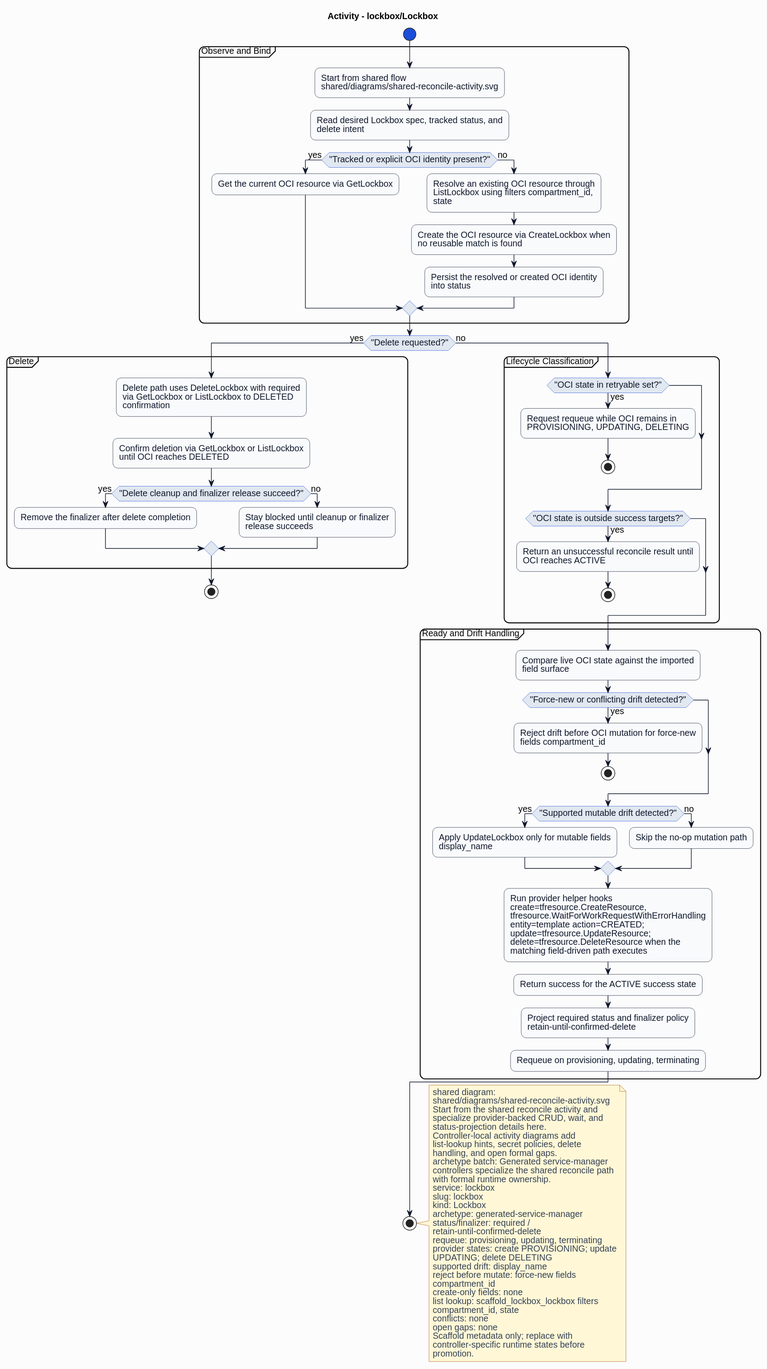
Earlier version of the PlantUML export formal/controllers/lockbox/lockbox/diagrams/activity.svg (HaoyL666/oci-service-operator). The source it was exported from:
```plantuml
@startuml
skinparam shadowing false
skinparam backgroundColor #fcfcfd
skinparam defaultFontName Helvetica
skinparam defaultFontSize 14
skinparam arrowColor #0f172a
skinparam noteBackgroundColor #fff7d6
skinparam noteBorderColor #b45309
skinparam noteFontColor #334155
skinparam roundcorner 16
title Activity - lockbox/Lockbox
skinparam activity {
  backgroundColor #f8fafc
  borderColor #0f172a
  fontColor #0f172a
  diamondBackgroundColor #e2e8f0
  diamondBorderColor #1d4ed8
  diamondFontColor #0f172a
  startColor #1d4ed8
  endColor #0f172a
  barColor #1d4ed8
}
start
partition "Observe and Bind" {
:Start from shared flow\nshared/diagrams/shared-reconcile-activity.svg;
:Read desired Lockbox spec, tracked status, and\ndelete intent;
if ("Tracked or explicit OCI identity present?") then (yes)
:Get the current OCI resource via GetLockbox;
else (no)
:Resolve an existing OCI resource through\nListLockbox using filters compartment_id,\nstate;
:Create the OCI resource via CreateLockbox when\nno reusable match is found;
:Persist the resolved or created OCI identity\ninto status;
endif
}
if ("Delete requested?") then (yes)
partition "Delete" {
:Delete path uses DeleteLockbox with required\nvia GetLockbox or ListLockbox to DELETED\nconfirmation;
:Confirm deletion via GetLockbox or ListLockbox\nuntil OCI reaches DELETED;
if ("Delete cleanup and finalizer release succeed?") then (yes)
:Remove the finalizer after delete completion;
else (no)
:Stay blocked until cleanup or finalizer\nrelease succeeds;
endif
}
stop
else (no)
partition "Lifecycle Classification" {
if ("OCI state in retryable set?") then (yes)
:Request requeue while OCI remains in\nPROVISIONING, UPDATING, DELETING;
stop
endif
if ("OCI state is outside success targets?") then (yes)
:Return an unsuccessful reconcile result until\nOCI reaches ACTIVE;
stop
endif
}
partition "Ready and Drift Handling" {
:Compare live OCI state against the imported\nfield surface;
if ("Force-new or conflicting drift detected?") then (yes)
:Reject drift before OCI mutation for force-new\nfields compartment_id;
stop
endif
if ("Supported mutable drift detected?") then (yes)
:Apply UpdateLockbox only for mutable fields\ndisplay_name;
else (no)
:Skip the no-op mutation path;
endif
:Run provider helper hooks\ncreate=tfresource.CreateResource,\ntfresource.WaitForWorkRequestWithErrorHandling\nentity=template action=CREATED;\nupdate=tfresource.UpdateResource;\ndelete=tfresource.DeleteResource when the\nmatching field-driven path executes;
:Return success for the ACTIVE success state;
:Project required status and finalizer policy\nretain-until-confirmed-delete;
:Requeue on provisioning, updating, terminating;
}
endif
stop
note right
shared diagram:
shared/diagrams/shared-reconcile-activity.svg
Start from the shared reconcile activity and
specialize provider-backed CRUD, wait, and
status-projection details here.
Controller-local activity diagrams add
list-lookup hints, secret policies, delete
handling, and open formal gaps.
archetype batch: Generated service-manager
controllers specialize the shared reconcile path
with formal runtime ownership.
service: lockbox
slug: lockbox
kind: Lockbox
archetype: generated-service-manager
status/finalizer: required /
retain-until-confirmed-delete
requeue: provisioning, updating, terminating
provider states: create PROVISIONING; update
UPDATING; delete DELETING
supported drift: display_name
reject before mutate: force-new fields
compartment_id
create-only fields: none
list lookup: scaffold_lockbox_lockbox filters
compartment_id, state
conflicts: none
open gaps: none
Scaffold metadata only; replace with
controller-specific runtime states before
promotion.
end note
@enduml
```
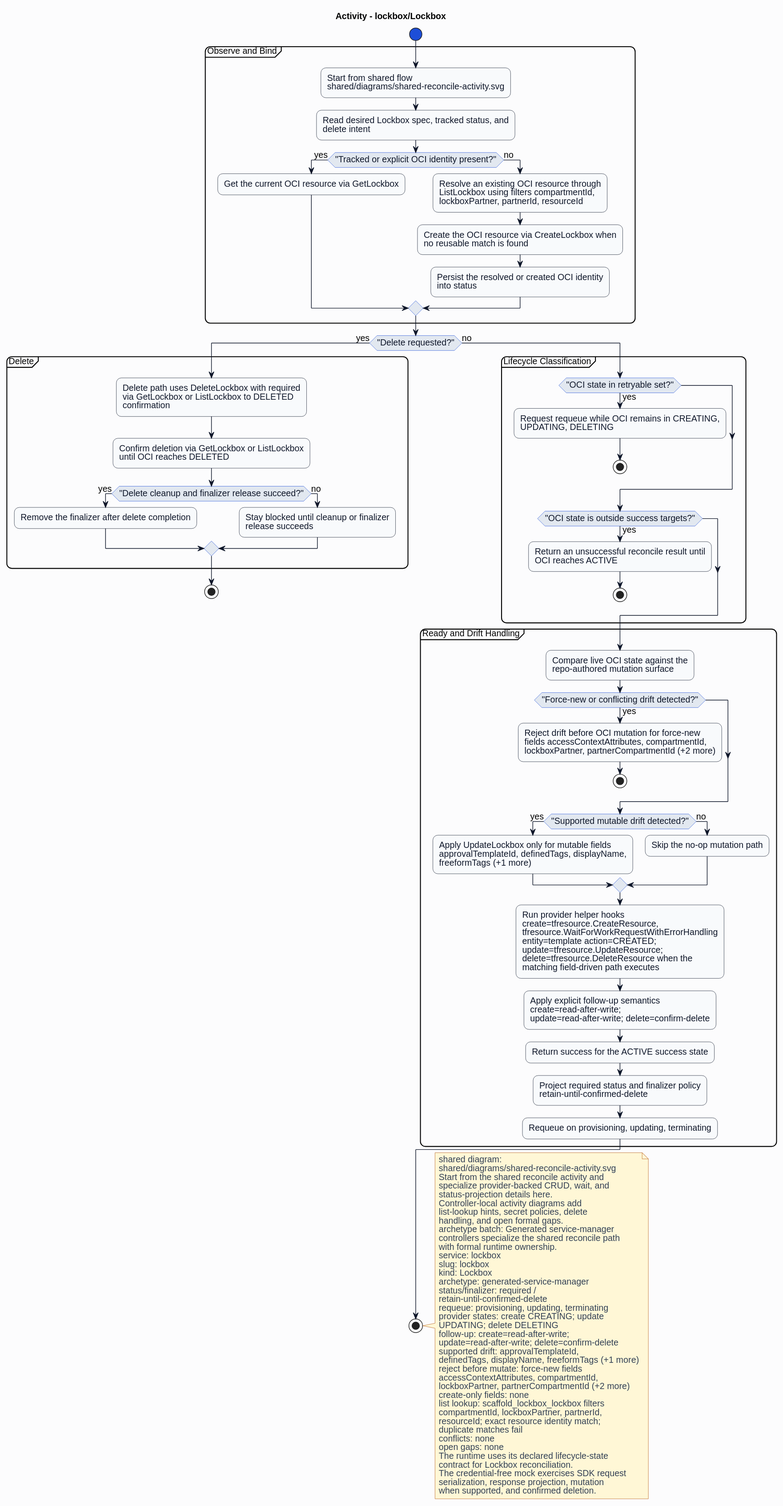
Above is the later version.

What changed in the source:
```diff
@@ -27,7 +27,7 @@
 if ("Tracked or explicit OCI identity present?") then (yes)
 :Get the current OCI resource via GetLockbox;
 else (no)
-:Resolve an existing OCI resource through\nListLockbox using filters compartment_id,\nstate;
+:Resolve an existing OCI resource through\nListLockbox using filters compartmentId,\nlockboxPartner, partnerId, resourceId;
 :Create the OCI resource via CreateLockbox when\nno reusable match is found;
 :Persist the resolved or created OCI identity\ninto status;
 endif
@@ -46,7 +46,7 @@
 else (no)
 partition "Lifecycle Classification" {
 if ("OCI state in retryable set?") then (yes)
-:Request requeue while OCI remains in\nPROVISIONING, UPDATING, DELETING;
+:Request requeue while OCI remains in CREATING,\nUPDATING, DELETING;
 stop
 endif
 if ("OCI state is outside success targets?") then (yes)
@@ -55,17 +55,18 @@
 endif
 }
 partition "Ready and Drift Handling" {
-:Compare live OCI state against the imported\nfield surface;
+:Compare live OCI state against the\nrepo-authored mutation surface;
 if ("Force-new or conflicting drift detected?") then (yes)
-:Reject drift before OCI mutation for force-new\nfields compartment_id;
+:Reject drift before OCI mutation for force-new\nfields accessContextAttributes, compartmentId,\nlockboxPartner, partnerCompartmentId (+2 more);
 stop
 endif
 if ("Supported mutable drift detected?") then (yes)
-:Apply UpdateLockbox only for mutable fields\ndisplay_name;
+:Apply UpdateLockbox only for mutable fields\napprovalTemplateId, definedTags, displayName,\nfreeformTags (+1 more);
 else (no)
 :Skip the no-op mutation path;
 endif
 :Run provider helper hooks\ncreate=tfresource.CreateResource,\ntfresource.WaitForWorkRequestWithErrorHandling\nentity=template action=CREATED;\nupdate=tfresource.UpdateResource;\ndelete=tfresource.DeleteResource when the\nmatching field-driven path executes;
+:Apply explicit follow-up semantics\ncreate=read-after-write;\nupdate=read-after-write; delete=confirm-delete;
 :Return success for the ACTIVE success state;
 :Project required status and finalizer policy\nretain-until-confirmed-delete;
 :Requeue on provisioning, updating, terminating;
@@ -91,18 +92,26 @@
 status/finalizer: required /
 retain-until-confirmed-delete
 requeue: provisioning, updating, terminating
-provider states: create PROVISIONING; update
+provider states: create CREATING; update
 UPDATING; delete DELETING
-supported drift: display_name
+follow-up: create=read-after-write;
+update=read-after-write; delete=confirm-delete
+supported drift: approvalTemplateId,
+definedTags, displayName, freeformTags (+1 more)
 reject before mutate: force-new fields
-compartment_id
+accessContextAttributes, compartmentId,
+lockboxPartner, partnerCompartmentId (+2 more)
 create-only fields: none
 list lookup: scaffold_lockbox_lockbox filters
-compartment_id, state
+compartmentId, lockboxPartner, partnerId,
+resourceId; exact resource identity match;
+duplicate matches fail
 conflicts: none
 open gaps: none
-Scaffold metadata only; replace with
-controller-specific runtime states before
-promotion.
+The runtime uses its declared lifecycle-state
+contract for Lockbox reconciliation.
+The credential-free mock exercises SDK request
+serialization, response projection, mutation
+when supported, and confirmed deletion.
 end note
 @enduml
```
